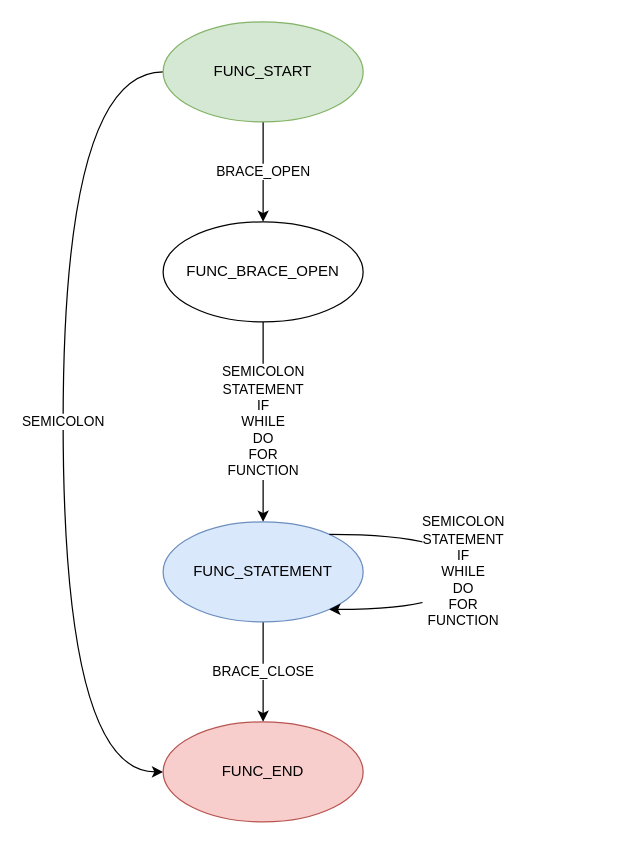
This is page "function" (6 of 6) of docs/fsm.drawio from moredrowsy/control-flow-graph, a draw.io file, before an edit. Source tidied: cells renumbered, new cells numbered last; positions are measured from the earlier drawing's top-left corner, leaving out a move shared by most shapes. Both pictures are drawn from the tidied source at 125%, with x=0, y=0 at pixel (62, 21).
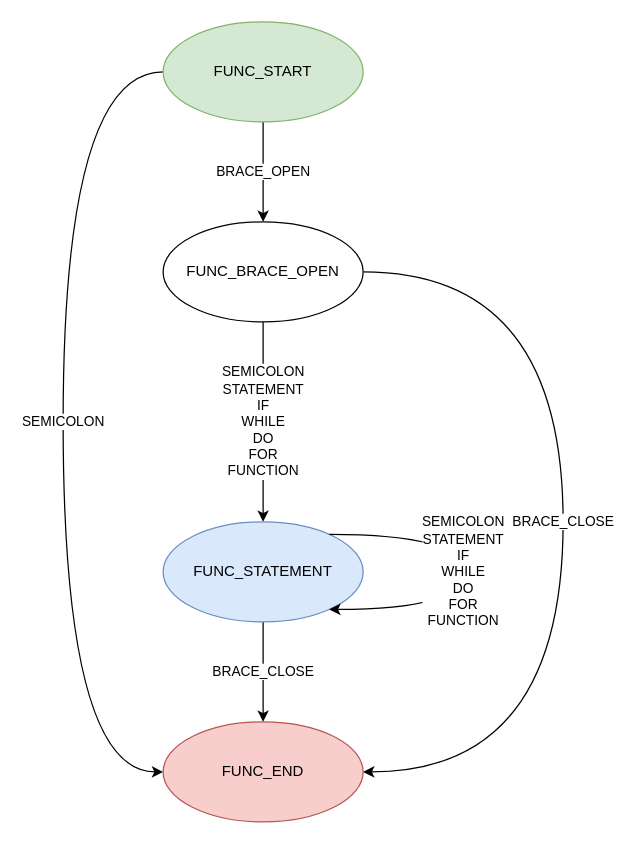
The same diagram, later.

Commit message (it also covers changes not shown here):
Bug fix function type token error with empty braces {} Bug fix for regex matching empthy strings Updated drawio diagrams

What changed in the source:
```diff
@@
 <mxGraphModel>
   <root>
     <mxCell id="0" />
     <mxCell id="1" parent="0" />
     <mxCell id="2" value="BRACE_OPEN" style="edgeStyle=orthogonalEdgeStyle;rounded=0;jettySize=auto;html=1;" parent="1" edge="1" source="4" target="6">
       <mxGeometry relative="1" as="geometry" />
     </mxCell>
     <mxCell id="3" value="SEMICOLON" style="edgeStyle=orthogonalEdgeStyle;rounded=0;jettySize=auto;html=1;curved=1;" parent="1" edge="1" source="4" target="9">
       <mxGeometry relative="1" as="geometry">
         <Array as="points">
           <mxPoint y="40" />
           <mxPoint y="600" />
         </Array>
       </mxGeometry>
     </mxCell>
     <mxCell id="4" value="FUNC_START" style="ellipse;whiteSpace=wrap;html=1;fillColor=#d5e8d4;strokeColor=#82b366;" parent="1" vertex="1">
       <mxGeometry x="80" width="160" height="80" as="geometry" />
     </mxCell>
     <mxCell id="5" value="SEMICOLON&lt;br&gt;STATEMENT&lt;br&gt;IF&lt;br&gt;WHILE&lt;br&gt;DO&lt;br&gt;FOR&lt;br&gt;FUNCTION" style="edgeStyle=orthogonalEdgeStyle;rounded=0;jettySize=auto;html=1;" parent="1" edge="1" source="6" target="8">
       <mxGeometry relative="1" as="geometry" />
     </mxCell>
+    <mxCell id="11" value="BRACE_CLOSE" style="edgeStyle=orthogonalEdgeStyle;rounded=0;jettySize=auto;html=1;curved=1;" parent="1" edge="1" source="6" target="9">
+      <mxGeometry relative="1" as="geometry">
+        <Array as="points">
+          <mxPoint x="400" y="200" />
+          <mxPoint x="400" y="600" />
+        </Array>
+      </mxGeometry>
+    </mxCell>
     <mxCell id="6" value="FUNC_BRACE_OPEN" style="ellipse;whiteSpace=wrap;html=1;" parent="1" vertex="1">
       <mxGeometry x="80" y="160" width="160" height="80" as="geometry" />
     </mxCell>
     <mxCell id="7" value="BRACE_CLOSE" style="edgeStyle=orthogonalEdgeStyle;rounded=0;jettySize=auto;html=1;" parent="1" edge="1" source="8" target="9">
       <mxGeometry relative="1" as="geometry" />
     </mxCell>
     <mxCell id="8" value="FUNC_STATEMENT" style="ellipse;whiteSpace=wrap;html=1;fillColor=#dae8fc;strokeColor=#6c8ebf;" parent="1" vertex="1">
       <mxGeometry x="80" y="400" width="160" height="80" as="geometry" />
     </mxCell>
     <mxCell id="9" value="FUNC_END" style="ellipse;whiteSpace=wrap;html=1;fillColor=#f8cecc;strokeColor=#b85450;" parent="1" vertex="1">
       <mxGeometry x="80" y="560" width="160" height="80" as="geometry" />
     </mxCell>
     <mxCell id="10" value="SEMICOLON&lt;br&gt;STATEMENT&lt;br&gt;IF&lt;br&gt;WHILE&lt;br&gt;DO&lt;br&gt;FOR&lt;br&gt;FUNCTION" style="edgeStyle=orthogonalEdgeStyle;curved=1;rounded=0;orthogonalLoop=1;jettySize=auto;html=1;" parent="1" edge="1" source="8" target="8">
       <mxGeometry relative="1" as="geometry">
         <Array as="points">
           <mxPoint x="320" y="470" />
         </Array>
       </mxGeometry>
     </mxCell>
   </root>
 </mxGraphModel>
```
